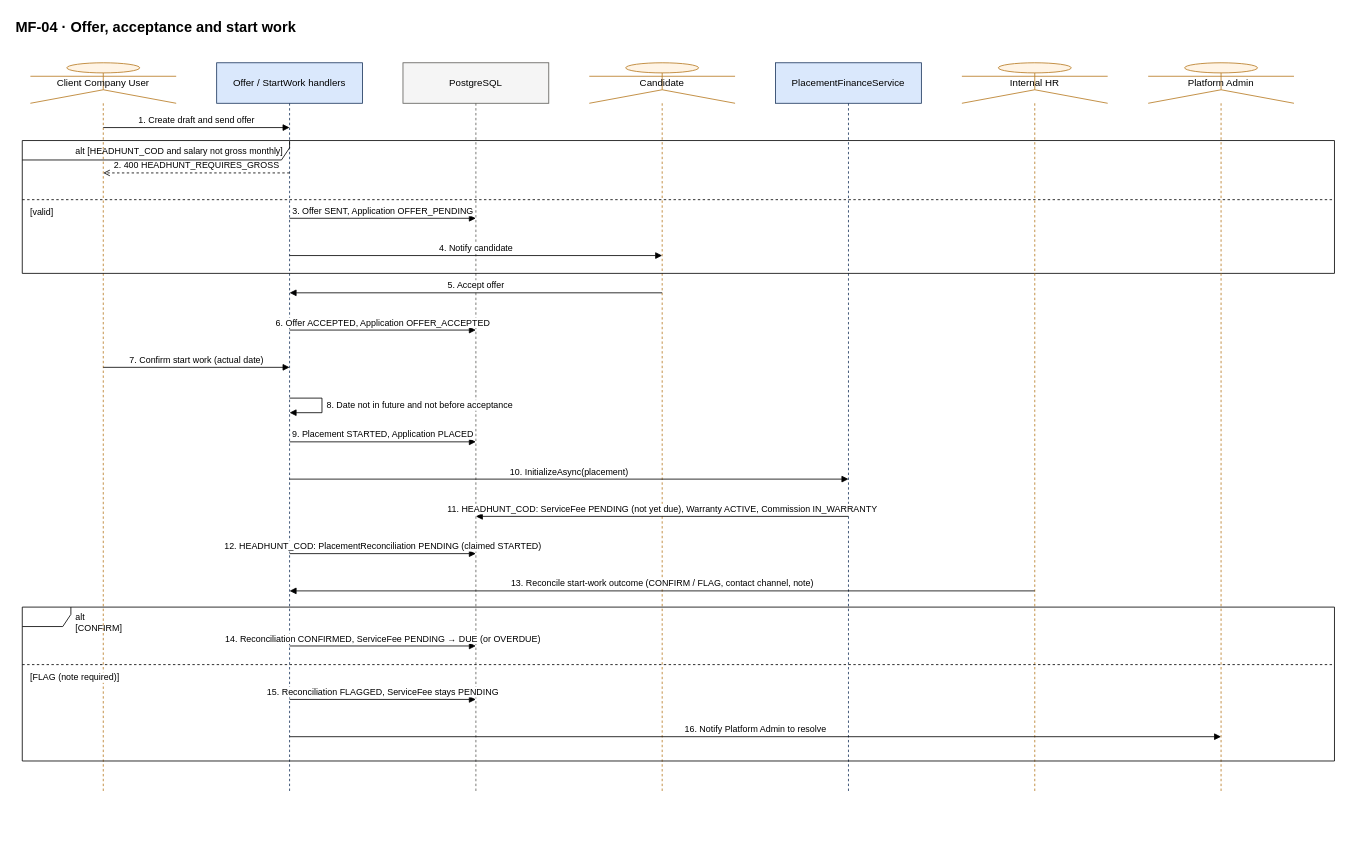
hoangqui794/hr-connect keeps this draw.io diagram as docs/diagrams/sequences/source/seq-mf04-offer-start-work.drawio. Above is the earlier version. Source tidied: cells renumbered, new cells numbered last; positions are measured from the earlier drawing's top-left corner, leaving out a move shared by most shapes. Both pictures are drawn from the tidied source at 81%, with x=0, y=0 at pixel (14, 14).
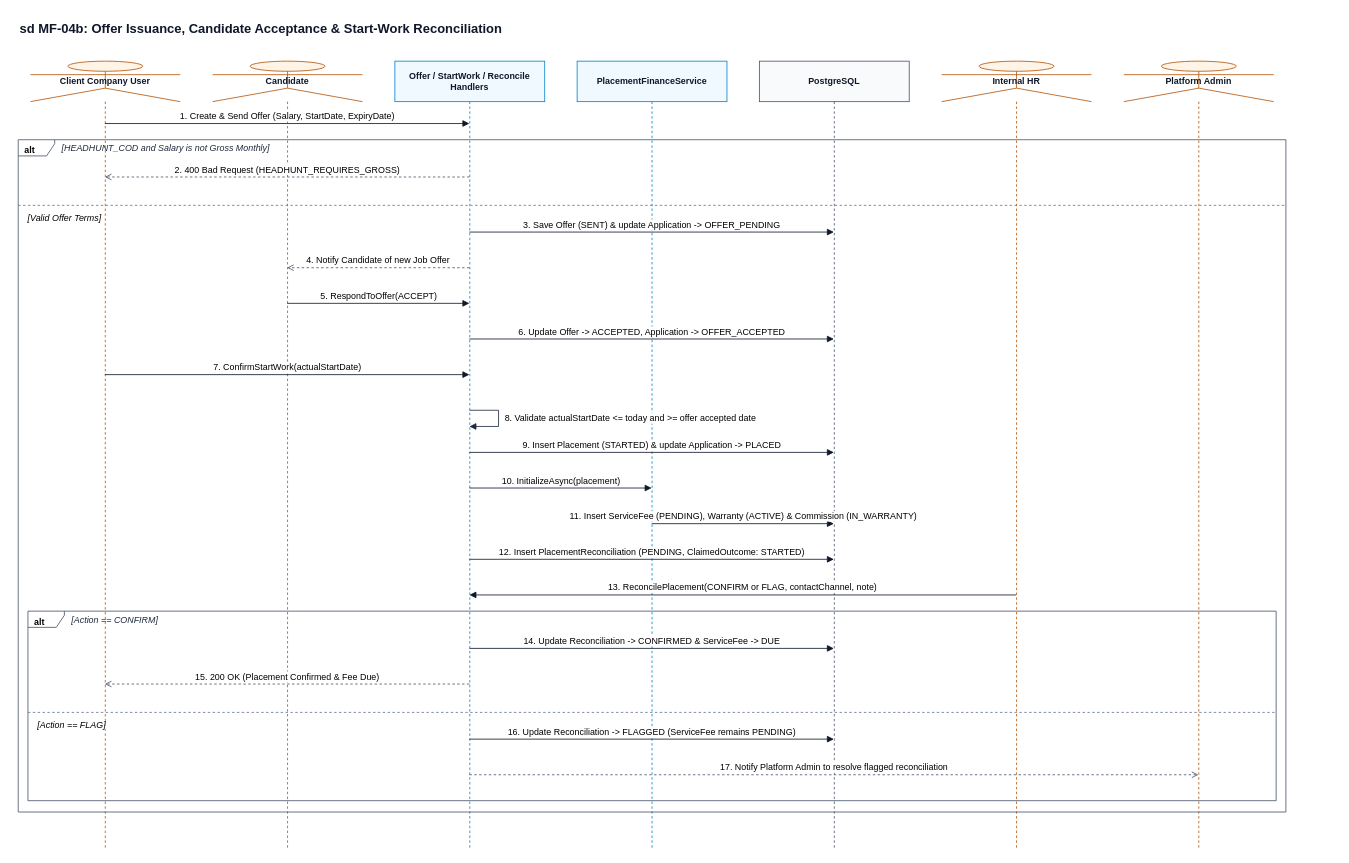
After the change.

What changed in the source:
```diff
@@
-    <mxCell id="2" value="MF-04 · Offer, acceptance and start work" style="text;html=1;fontSize=18;fontStyle=1;align=left;" parent="1" vertex="1">
-      <mxGeometry width="1190" height="30" as="geometry" />
+    <mxCell id="2" value="sd MF-04b: Offer Issuance, Candidate Acceptance &amp; Start-Work Reconciliation" style="text;html=1;fontSize=16;fontStyle=1;align=left;fontFamily=Helvetica;fontColor=#0F172A;" parent="1" vertex="1">
+      <mxGeometry x="5" y="2" width="1575" height="28" as="geometry" />
     </mxCell>
-    <mxCell id="3" value="Client Company User" style="shape=umlLifeline;participant=umlActor;perimeter=lifelinePerimeter;whiteSpace=wrap;html=1;size=50;fillColor=#FFF4E5;strokeColor=#B7791F;" parent="1" vertex="1">
-      <mxGeometry x="20" y="60" width="180" height="900" as="geometry" />
+    <mxCell id="3" value="Client Company User" style="shape=umlLifeline;participant=umlActor;perimeter=lifelinePerimeter;whiteSpace=wrap;html=1;size=50;fillColor=#FFF4E5;strokeColor=#B45309;fontStyle=1;fontSize=11;fontFamily=Helvetica;fontColor=#0F172A;" parent="1" vertex="1">
+      <mxGeometry x="20" y="58" width="185" height="973" as="geometry" />
     </mxCell>
+    <mxCell id="6" value="Candidate" style="shape=umlLifeline;participant=umlActor;perimeter=lifelinePerimeter;whiteSpace=wrap;html=1;size=50;fillColor=#FFF4E5;strokeColor=#B45309;fontStyle=1;fontSize=11;fontFamily=Helvetica;fontColor=#0F172A;" parent="1" vertex="1">
+      <mxGeometry x="245" y="58" width="185" height="973" as="geometry" />
+    </mxCell>
-    <mxCell id="4" value="Offer / StartWork handlers" style="shape=umlLifeline;perimeter=lifelinePerimeter;whiteSpace=wrap;html=1;size=50;fillColor=#DAE8FC;strokeColor=#1B365D;" parent="1" vertex="1">
-      <mxGeometry x="250" y="60" width="180" height="900" as="geometry" />
+    <mxCell id="4" value="Offer / StartWork / Reconcile Handlers" style="shape=umlLifeline;perimeter=lifelinePerimeter;whiteSpace=wrap;html=1;size=50;fillColor=#F0F9FF;strokeColor=#0284C7;fontStyle=1;fontSize=11;fontFamily=Helvetica;fontColor=#0F172A;" parent="1" vertex="1">
+      <mxGeometry x="470" y="58" width="185" height="973" as="geometry" />
     </mxCell>
+    <mxCell id="7" value="PlacementFinanceService" style="shape=umlLifeline;perimeter=lifelinePerimeter;whiteSpace=wrap;html=1;size=50;fillColor=#F0F9FF;strokeColor=#0284C7;fontStyle=1;fontSize=11;fontFamily=Helvetica;fontColor=#0F172A;" parent="1" vertex="1">
+      <mxGeometry x="695" y="58" width="185" height="973" as="geometry" />
+    </mxCell>
-    <mxCell id="5" value="PostgreSQL" style="shape=umlLifeline;perimeter=lifelinePerimeter;whiteSpace=wrap;html=1;size=50;fillColor=#F5F5F5;strokeColor=#5F5E5A;" parent="1" vertex="1">
-      <mxGeometry x="480" y="60" width="180" height="900" as="geometry" />
+    <mxCell id="5" value="PostgreSQL" style="shape=umlLifeline;perimeter=lifelinePerimeter;whiteSpace=wrap;html=1;size=50;fillColor=#F8FAFC;strokeColor=#475569;fontStyle=1;fontSize=11;fontFamily=Helvetica;fontColor=#0F172A;" parent="1" vertex="1">
+      <mxGeometry x="920" y="58" width="185" height="973" as="geometry" />
     </mxCell>
-    <mxCell id="6" value="Candidate" style="shape=umlLifeline;participant=umlActor;perimeter=lifelinePerimeter;whiteSpace=wrap;html=1;size=50;fillColor=#FFF4E5;strokeColor=#B7791F;" parent="1" vertex="1">
-      <mxGeometry x="710" y="60" width="180" height="900" as="geometry" />
-    </mxCell>
-    <mxCell id="7" value="PlacementFinanceService" style="shape=umlLifeline;perimeter=lifelinePerimeter;whiteSpace=wrap;html=1;size=50;fillColor=#DAE8FC;strokeColor=#1B365D;" parent="1" vertex="1">
-      <mxGeometry x="940" y="60" width="180" height="900" as="geometry" />
-    </mxCell>
-    <mxCell id="8" value="1. Create draft and send offer" style="html=1;verticalAlign=bottom;endArrow=block;endFill=1;fontSize=11;labelBackgroundColor=#FFFFFF;" parent="1" edge="1">
-      <mxGeometry relative="1" as="geometry">
-        <mxPoint x="110" y="140" as="sourcePoint" />
-        <mxPoint x="340" y="140" as="targetPoint" />
-      </mxGeometry>
-    </mxCell>
-    <mxCell id="9" value="2. 400 HEADHUNT_REQUIRES_GROSS" style="html=1;verticalAlign=bottom;dashed=1;endArrow=open;fontSize=11;labelBackgroundColor=#FFFFFF;" parent="1" edge="1">
-      <mxGeometry relative="1" as="geometry">
-        <mxPoint x="340" y="196" as="sourcePoint" />
-        <mxPoint x="110" y="196" as="targetPoint" />
-      </mxGeometry>
-    </mxCell>
-    <mxCell id="10" value="3. Offer SENT, Application OFFER_PENDING" style="html=1;verticalAlign=bottom;endArrow=block;endFill=1;fontSize=11;labelBackgroundColor=#FFFFFF;" parent="1" edge="1">
-      <mxGeometry relative="1" as="geometry">
-        <mxPoint x="340" y="252" as="sourcePoint" />
-        <mxPoint x="570" y="252" as="targetPoint" />
-      </mxGeometry>
-    </mxCell>
-    <mxCell id="11" value="4. Notify candidate" style="html=1;verticalAlign=bottom;endArrow=block;endFill=1;fontSize=11;labelBackgroundColor=#FFFFFF;" parent="1" edge="1">
-      <mxGeometry relative="1" as="geometry">
-        <mxPoint x="340" y="298" as="sourcePoint" />
-        <mxPoint x="800" y="298" as="targetPoint" />
-      </mxGeometry>
-    </mxCell>
-    <mxCell id="12" value="alt [HEADHUNT_COD and salary not gross monthly]" style="shape=umlFrame;whiteSpace=wrap;html=1;width=330;height=24;boundedLbl=1;verticalAlign=top;align=left;spacingLeft=64;fontSize=11;fillColor=none;" parent="1" vertex="1">
-      <mxGeometry x="10" y="156" width="1620" height="164" as="geometry" />
-    </mxCell>
-    <mxCell id="13" value="[valid]" style="line;strokeWidth=1;dashed=1;html=1;align=left;verticalAlign=top;spacingLeft=8;labelPosition=center;fontSize=11;fillColor=none;" parent="1" vertex="1">
-      <mxGeometry x="10" y="224" width="1620" height="10" as="geometry" />
-    </mxCell>
-    <mxCell id="14" value="5. Accept offer" style="html=1;verticalAlign=bottom;endArrow=block;endFill=1;fontSize=11;labelBackgroundColor=#FFFFFF;" parent="1" edge="1">
-      <mxGeometry relative="1" as="geometry">
-        <mxPoint x="800" y="344" as="sourcePoint" />
-        <mxPoint x="340" y="344" as="targetPoint" />
-      </mxGeometry>
-    </mxCell>
-    <mxCell id="15" value="6. Offer ACCEPTED, Application OFFER_ACCEPTED" style="html=1;verticalAlign=bottom;endArrow=block;endFill=1;fontSize=11;labelBackgroundColor=#FFFFFF;" parent="1" edge="1">
-      <mxGeometry relative="1" as="geometry">
-        <mxPoint x="340" y="390" as="sourcePoint" />
-        <mxPoint x="570" y="390" as="targetPoint" />
-      </mxGeometry>
-    </mxCell>
-    <mxCell id="16" value="7. Confirm start work (actual date)" style="html=1;verticalAlign=bottom;endArrow=block;endFill=1;fontSize=11;labelBackgroundColor=#FFFFFF;" parent="1" edge="1">
-      <mxGeometry relative="1" as="geometry">
-        <mxPoint x="110" y="436" as="sourcePoint" />
-        <mxPoint x="340" y="436" as="targetPoint" />
-      </mxGeometry>
-    </mxCell>
-    <mxCell id="17" value="8. Date not in future and not before acceptance" style="html=1;align=left;spacingLeft=4;endArrow=block;endFill=1;edgeStyle=orthogonalEdgeStyle;rounded=0;fontSize=11;" parent="1" edge="1">
-      <mxGeometry relative="1" as="geometry">
-        <mxPoint x="340" y="474" as="sourcePoint" />
-        <mxPoint x="340" y="492" as="targetPoint" />
-        <Array as="points">
-          <mxPoint x="380" y="474" />
-          <mxPoint x="380" y="492" />
-        </Array>
-      </mxGeometry>
-    </mxCell>
-    <mxCell id="18" value="9. Placement STARTED, Application PLACED" style="html=1;verticalAlign=bottom;endArrow=block;endFill=1;fontSize=11;labelBackgroundColor=#FFFFFF;" parent="1" edge="1">
-      <mxGeometry relative="1" as="geometry">
-        <mxPoint x="340" y="528" as="sourcePoint" />
-        <mxPoint x="570" y="528" as="targetPoint" />
-      </mxGeometry>
-    </mxCell>
-    <mxCell id="19" value="10. InitializeAsync(placement)" style="html=1;verticalAlign=bottom;endArrow=block;endFill=1;fontSize=11;labelBackgroundColor=#FFFFFF;" parent="1" edge="1">
-      <mxGeometry relative="1" as="geometry">
-        <mxPoint x="340" y="574" as="sourcePoint" />
-        <mxPoint x="1030" y="574" as="targetPoint" />
-      </mxGeometry>
-    </mxCell>
-    <mxCell id="20" value="11. HEADHUNT_COD: ServiceFee PENDING (not yet due), Warranty ACTIVE, Commission IN_WARRANTY" style="html=1;verticalAlign=bottom;endArrow=block;endFill=1;fontSize=11;labelBackgroundColor=#FFFFFF;" parent="1" edge="1">
-      <mxGeometry relative="1" as="geometry">
-        <mxPoint x="1030" y="620" as="sourcePoint" />
-        <mxPoint x="570" y="620" as="targetPoint" />
-      </mxGeometry>
-    </mxCell>
-    <mxCell id="21" value="Internal HR" style="shape=umlLifeline;participant=umlActor;perimeter=lifelinePerimeter;whiteSpace=wrap;html=1;size=50;fillColor=#FFF4E5;strokeColor=#B7791F;" parent="1" vertex="1">
-      <mxGeometry x="1170" y="60" width="180" height="900" as="geometry" />
+    <mxCell id="21" value="Internal HR" style="shape=umlLifeline;participant=umlActor;perimeter=lifelinePerimeter;whiteSpace=wrap;html=1;size=50;fillColor=#FFF4E5;strokeColor=#B45309;fontStyle=1;fontSize=11;fontFamily=Helvetica;fontColor=#0F172A;" parent="1" vertex="1">
+      <mxGeometry x="1145" y="58" width="185" height="973" as="geometry" />
     </mxCell>
-    <mxCell id="22" value="Platform Admin" style="shape=umlLifeline;participant=umlActor;perimeter=lifelinePerimeter;whiteSpace=wrap;html=1;size=50;fillColor=#FFF4E5;strokeColor=#B7791F;" parent="1" vertex="1">
-      <mxGeometry x="1400" y="60" width="180" height="900" as="geometry" />
+    <mxCell id="22" value="Platform Admin" style="shape=umlLifeline;participant=umlActor;perimeter=lifelinePerimeter;whiteSpace=wrap;html=1;size=50;fillColor=#FFF4E5;strokeColor=#B45309;fontStyle=1;fontSize=11;fontFamily=Helvetica;fontColor=#0F172A;" parent="1" vertex="1">
+      <mxGeometry x="1370" y="58" width="185" height="973" as="geometry" />
     </mxCell>
-    <mxCell id="23" value="12. HEADHUNT_COD: PlacementReconciliation PENDING (claimed STARTED)" style="html=1;verticalAlign=bottom;endArrow=block;endFill=1;fontSize=11;labelBackgroundColor=#FFFFFF;" parent="1" edge="1">
-      <mxGeometry relative="1" as="geometry">
-        <mxPoint x="340" y="666" as="sourcePoint" />
-        <mxPoint x="570" y="666" as="targetPoint" />
-      </mxGeometry>
-    </mxCell>
-    <mxCell id="24" value="13. Reconcile start-work outcome (CONFIRM / FLAG, contact channel, note)" style="html=1;verticalAlign=bottom;endArrow=block;endFill=1;fontSize=11;labelBackgroundColor=#FFFFFF;" parent="1" edge="1">
-      <mxGeometry relative="1" as="geometry">
-        <mxPoint x="1260" y="712" as="sourcePoint" />
-        <mxPoint x="340" y="712" as="targetPoint" />
-      </mxGeometry>
-    </mxCell>
-    <mxCell id="25" value="alt [CONFIRM]" style="shape=umlFrame;whiteSpace=wrap;html=1;width=60;height=24;boundedLbl=1;verticalAlign=top;align=left;spacingLeft=64;fontSize=11;fillColor=none;" parent="1" vertex="1">
-      <mxGeometry x="10" y="732" width="1620" height="190" as="geometry" />
-    </mxCell>
-    <mxCell id="26" value="14. Reconciliation CONFIRMED, ServiceFee PENDING → DUE (or OVERDUE)" style="html=1;verticalAlign=bottom;endArrow=block;endFill=1;fontSize=11;labelBackgroundColor=#FFFFFF;" parent="1" edge="1">
-      <mxGeometry relative="1" as="geometry">
-        <mxPoint x="340" y="780" as="sourcePoint" />
-        <mxPoint x="570" y="780" as="targetPoint" />
-      </mxGeometry>
-    </mxCell>
-    <mxCell id="27" value="[FLAG (note required)]" style="line;strokeWidth=1;dashed=1;html=1;align=left;verticalAlign=top;spacingLeft=8;labelPosition=center;fontSize=11;fillColor=none;" parent="1" vertex="1">
-      <mxGeometry x="10" y="798" width="1620" height="10" as="geometry" />
-    </mxCell>
-    <mxCell id="28" value="15. Reconciliation FLAGGED, ServiceFee stays PENDING" style="html=1;verticalAlign=bottom;endArrow=block;endFill=1;fontSize=11;labelBackgroundColor=#FFFFFF;" parent="1" edge="1">
-      <mxGeometry relative="1" as="geometry">
-        <mxPoint x="340" y="846" as="sourcePoint" />
-        <mxPoint x="570" y="846" as="targetPoint" />
-      </mxGeometry>
-    </mxCell>
-    <mxCell id="29" value="16. Notify Platform Admin to resolve" style="html=1;verticalAlign=bottom;endArrow=block;endFill=1;fontSize=11;labelBackgroundColor=#FFFFFF;" parent="1" edge="1">
-      <mxGeometry relative="1" as="geometry">
-        <mxPoint x="340" y="892" as="sourcePoint" />
-        <mxPoint x="1490" y="892" as="targetPoint" />
-      </mxGeometry>
-    </mxCell>
+    <mxCell id="30" value="alt" style="shape=umlFrame;whiteSpace=wrap;html=1;width=45;height=20;boundedLbl=1;verticalAlign=top;align=left;spacingLeft=6;fontStyle=1;fontSize=11;fontFamily=Helvetica;fillColor=none;strokeColor=#475569;" parent="1" vertex="1">
+      <mxGeometry x="5" y="155" width="1565" height="830" as="geometry" />
+    </mxCell>
+    <mxCell id="31" value="[HEADHUNT_COD and Salary is not Gross Monthly]" style="text;html=1;align=left;verticalAlign=middle;fontStyle=2;fontSize=11;fontFamily=Helvetica;fontColor=#1E293B;" parent="1" vertex="1">
+      <mxGeometry x="57" y="156" width="450" height="20" as="geometry" />
+    </mxCell>
+    <mxCell id="32" value="[Valid Offer Terms]" style="line;strokeWidth=1;dashed=1;html=1;align=left;verticalAlign=top;spacingLeft=10;labelPosition=center;fontStyle=2;fontSize=11;fontFamily=Helvetica;fillColor=none;strokeColor=#64748B;labelBackgroundColor=#FFFFFF;" parent="1" vertex="1">
+      <mxGeometry x="5" y="231" width="1565" height="10" as="geometry" />
+    </mxCell>
+    <mxCell id="33" value="alt" style="shape=umlFrame;whiteSpace=wrap;html=1;width=45;height=20;boundedLbl=1;verticalAlign=top;align=left;spacingLeft=6;fontStyle=1;fontSize=11;fontFamily=Helvetica;fillColor=none;strokeColor=#475569;" parent="1" vertex="1">
+      <mxGeometry x="17" y="737" width="1541" height="234" as="geometry" />
+    </mxCell>
+    <mxCell id="34" value="[Action == CONFIRM]" style="text;html=1;align=left;verticalAlign=middle;fontStyle=2;fontSize=11;fontFamily=Helvetica;fontColor=#1E293B;" parent="1" vertex="1">
+      <mxGeometry x="69" y="738" width="450" height="20" as="geometry" />
+    </mxCell>
+    <mxCell id="35" value="[Action == FLAG]" style="line;strokeWidth=1;dashed=1;html=1;align=left;verticalAlign=top;spacingLeft=10;labelPosition=center;fontStyle=2;fontSize=11;fontFamily=Helvetica;fillColor=none;strokeColor=#64748B;labelBackgroundColor=#FFFFFF;" parent="1" vertex="1">
+      <mxGeometry x="17" y="857" width="1541" height="10" as="geometry" />
+    </mxCell>
+    <mxCell id="36" value="1. Create &amp; Send Offer (Salary, StartDate, ExpiryDate)" style="html=1;verticalAlign=bottom;endArrow=block;endFill=1;strokeColor=#0F172A;fontSize=11;fontFamily=Helvetica;labelBackgroundColor=#FFFFFF;" parent="1" edge="1">
+      <mxGeometry relative="1" as="geometry">
+        <mxPoint x="112" y="135" as="sourcePoint" />
+        <mxPoint x="562" y="135" as="targetPoint" />
+      </mxGeometry>
+    </mxCell>
+    <mxCell id="37" value="2. 400 Bad Request (HEADHUNT_REQUIRES_GROSS)" style="html=1;verticalAlign=bottom;dashed=1;endArrow=open;endFill=0;strokeColor=#475569;fontSize=11;fontFamily=Helvetica;labelBackgroundColor=#FFFFFF;" parent="1" edge="1">
+      <mxGeometry relative="1" as="geometry">
+        <mxPoint x="562" y="201" as="sourcePoint" />
+        <mxPoint x="112" y="201" as="targetPoint" />
+      </mxGeometry>
+    </mxCell>
+    <mxCell id="38" value="3. Save Offer (SENT) &amp; update Application -&gt; OFFER_PENDING" style="html=1;verticalAlign=bottom;endArrow=block;endFill=1;strokeColor=#0F172A;fontSize=11;fontFamily=Helvetica;labelBackgroundColor=#FFFFFF;" parent="1" edge="1">
+      <mxGeometry relative="1" as="geometry">
+        <mxPoint x="562" y="269" as="sourcePoint" />
+        <mxPoint x="1012" y="269" as="targetPoint" />
+      </mxGeometry>
+    </mxCell>
+    <mxCell id="39" value="4. Notify Candidate of new Job Offer" style="html=1;verticalAlign=bottom;dashed=1;endArrow=open;endFill=0;strokeColor=#475569;fontSize=11;fontFamily=Helvetica;labelBackgroundColor=#FFFFFF;" parent="1" edge="1">
+      <mxGeometry relative="1" as="geometry">
+        <mxPoint x="562" y="313" as="sourcePoint" />
+        <mxPoint x="337" y="313" as="targetPoint" />
+      </mxGeometry>
+    </mxCell>
+    <mxCell id="40" value="5. RespondToOffer(ACCEPT)" style="html=1;verticalAlign=bottom;endArrow=block;endFill=1;strokeColor=#0F172A;fontSize=11;fontFamily=Helvetica;labelBackgroundColor=#FFFFFF;" parent="1" edge="1">
+      <mxGeometry relative="1" as="geometry">
+        <mxPoint x="337" y="357" as="sourcePoint" />
+        <mxPoint x="562" y="357" as="targetPoint" />
+      </mxGeometry>
+    </mxCell>
+    <mxCell id="41" value="6. Update Offer -&gt; ACCEPTED, Application -&gt; OFFER_ACCEPTED" style="html=1;verticalAlign=bottom;endArrow=block;endFill=1;strokeColor=#0F172A;fontSize=11;fontFamily=Helvetica;labelBackgroundColor=#FFFFFF;" parent="1" edge="1">
+      <mxGeometry relative="1" as="geometry">
+        <mxPoint x="562" y="401" as="sourcePoint" />
+        <mxPoint x="1012" y="401" as="targetPoint" />
+      </mxGeometry>
+    </mxCell>
+    <mxCell id="42" value="7. ConfirmStartWork(actualStartDate)" style="html=1;verticalAlign=bottom;endArrow=block;endFill=1;strokeColor=#0F172A;fontSize=11;fontFamily=Helvetica;labelBackgroundColor=#FFFFFF;" parent="1" edge="1">
+      <mxGeometry relative="1" as="geometry">
+        <mxPoint x="112" y="445" as="sourcePoint" />
+        <mxPoint x="562" y="445" as="targetPoint" />
+      </mxGeometry>
+    </mxCell>
+    <mxCell id="43" value="8. Validate actualStartDate &lt;= today and &gt;= offer accepted date" style="html=1;align=left;spacingLeft=6;endArrow=block;endFill=1;edgeStyle=orthogonalEdgeStyle;rounded=0;fontSize=11;fontFamily=Helvetica;strokeColor=#1E293B;labelBackgroundColor=#FFFFFF;" parent="1" edge="1">
+      <mxGeometry relative="1" as="geometry">
+        <mxPoint x="562" y="489" as="sourcePoint" />
+        <mxPoint x="562" y="509" as="targetPoint" />
+        <Array as="points">
+          <mxPoint x="598" y="489" />
+          <mxPoint x="598" y="509" />
+        </Array>
+      </mxGeometry>
+    </mxCell>
+    <mxCell id="44" value="9. Insert Placement (STARTED) &amp; update Application -&gt; PLACED" style="html=1;verticalAlign=bottom;endArrow=block;endFill=1;strokeColor=#0F172A;fontSize=11;fontFamily=Helvetica;labelBackgroundColor=#FFFFFF;" parent="1" edge="1">
+      <mxGeometry relative="1" as="geometry">
+        <mxPoint x="562" y="541" as="sourcePoint" />
+        <mxPoint x="1012" y="541" as="targetPoint" />
+      </mxGeometry>
+    </mxCell>
+    <mxCell id="19" value="10. InitializeAsync(placement)" style="html=1;verticalAlign=bottom;endArrow=block;endFill=1;strokeColor=#0F172A;fontSize=11;fontFamily=Helvetica;labelBackgroundColor=#FFFFFF;" parent="1" edge="1">
+      <mxGeometry relative="1" as="geometry">
+        <mxPoint x="562" y="585" as="sourcePoint" />
+        <mxPoint x="787" y="585" as="targetPoint" />
+      </mxGeometry>
+    </mxCell>
+    <mxCell id="45" value="11. Insert ServiceFee (PENDING), Warranty (ACTIVE) &amp; Commission (IN_WARRANTY)" style="html=1;verticalAlign=bottom;endArrow=block;endFill=1;strokeColor=#0F172A;fontSize=11;fontFamily=Helvetica;labelBackgroundColor=#FFFFFF;" parent="1" edge="1">
+      <mxGeometry relative="1" as="geometry">
+        <mxPoint x="787" y="629" as="sourcePoint" />
+        <mxPoint x="1012" y="629" as="targetPoint" />
+      </mxGeometry>
+    </mxCell>
+    <mxCell id="46" value="12. Insert PlacementReconciliation (PENDING, ClaimedOutcome: STARTED)" style="html=1;verticalAlign=bottom;endArrow=block;endFill=1;strokeColor=#0F172A;fontSize=11;fontFamily=Helvetica;labelBackgroundColor=#FFFFFF;" parent="1" edge="1">
+      <mxGeometry relative="1" as="geometry">
+        <mxPoint x="562" y="673" as="sourcePoint" />
+        <mxPoint x="1012" y="673" as="targetPoint" />
+      </mxGeometry>
+    </mxCell>
+    <mxCell id="47" value="13. ReconcilePlacement(CONFIRM or FLAG, contactChannel, note)" style="html=1;verticalAlign=bottom;endArrow=block;endFill=1;strokeColor=#0F172A;fontSize=11;fontFamily=Helvetica;labelBackgroundColor=#FFFFFF;" parent="1" edge="1">
+      <mxGeometry relative="1" as="geometry">
+        <mxPoint x="1237" y="717" as="sourcePoint" />
+        <mxPoint x="562" y="717" as="targetPoint" />
+      </mxGeometry>
+    </mxCell>
+    <mxCell id="48" value="14. Update Reconciliation -&gt; CONFIRMED &amp; ServiceFee -&gt; DUE" style="html=1;verticalAlign=bottom;endArrow=block;endFill=1;strokeColor=#0F172A;fontSize=11;fontFamily=Helvetica;labelBackgroundColor=#FFFFFF;" parent="1" edge="1">
+      <mxGeometry relative="1" as="geometry">
+        <mxPoint x="562" y="783" as="sourcePoint" />
+        <mxPoint x="1012" y="783" as="targetPoint" />
+      </mxGeometry>
+    </mxCell>
+    <mxCell id="49" value="15. 200 OK (Placement Confirmed &amp; Fee Due)" style="html=1;verticalAlign=bottom;dashed=1;endArrow=open;endFill=0;strokeColor=#475569;fontSize=11;fontFamily=Helvetica;labelBackgroundColor=#FFFFFF;" parent="1" edge="1">
+      <mxGeometry relative="1" as="geometry">
+        <mxPoint x="562" y="827" as="sourcePoint" />
+        <mxPoint x="112" y="827" as="targetPoint" />
+      </mxGeometry>
+    </mxCell>
+    <mxCell id="50" value="16. Update Reconciliation -&gt; FLAGGED (ServiceFee remains PENDING)" style="html=1;verticalAlign=bottom;endArrow=block;endFill=1;strokeColor=#0F172A;fontSize=11;fontFamily=Helvetica;labelBackgroundColor=#FFFFFF;" parent="1" edge="1">
+      <mxGeometry relative="1" as="geometry">
+        <mxPoint x="562" y="895" as="sourcePoint" />
+        <mxPoint x="1012" y="895" as="targetPoint" />
+      </mxGeometry>
+    </mxCell>
+    <mxCell id="51" value="17. Notify Platform Admin to resolve flagged reconciliation" style="html=1;verticalAlign=bottom;dashed=1;endArrow=open;endFill=0;strokeColor=#475569;fontSize=11;fontFamily=Helvetica;labelBackgroundColor=#FFFFFF;" parent="1" edge="1">
+      <mxGeometry relative="1" as="geometry">
+        <mxPoint x="562" y="939" as="sourcePoint" />
+        <mxPoint x="1462" y="939" as="targetPoint" />
+      </mxGeometry>
+    </mxCell>
```
